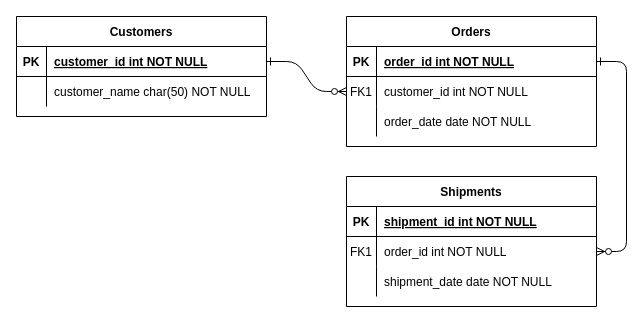
Before: ER Diagram.drawio in Harshul1484/BMP-, a draw.io diagram. Source tidied: cells renumbered, new cells numbered last; positions are measured from the earlier drawing's top-left corner, leaving out a move shared by most shapes. Both pictures are drawn from the tidied source at 100%, with x=0, y=0 at pixel (16, 16).
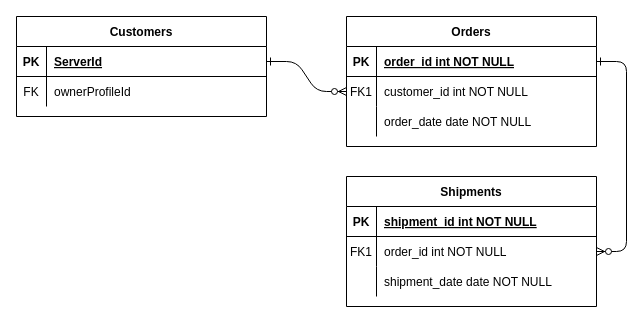
The same page after the edit.

Unchanged cells that the change refers to:
```xml
<mxCell id="25" style="shape=partialRectangle;fillColor=none;points=[[0,0.5],[1,0.5]];portConstraint=eastwest;top=0;left=0;right=0;bottom=1;" parent="24" vertex="1">
  <mxGeometry y="30" width="250" height="30" as="geometry" />
</mxCell>
<mxCell id="28" style="shape=partialRectangle;fillColor=none;top=0;left=0;right=0;bottom=0;" parent="24" vertex="1">
  <mxGeometry y="60" width="250" height="30" as="geometry" />
</mxCell>
```

Change to the diagram source:
```diff
@@
-    <mxCell id="27" value="customer_id int NOT NULL " style="shape=partialRectangle;overflow=hidden;fillColor=none;top=0;left=0;bottom=0;right=0;align=left;spacingLeft=6;fontStyle=5;" parent="25" vertex="1">
+    <mxCell id="27" value="ServerId" style="shape=partialRectangle;overflow=hidden;fillColor=none;top=0;left=0;bottom=0;right=0;align=left;spacingLeft=6;fontStyle=5;" parent="25" vertex="1">
       <mxGeometry x="30" width="220" height="30" as="geometry" />
     </mxCell>
@@
-    <mxCell id="29" style="shape=partialRectangle;overflow=hidden;fillColor=none;top=0;left=0;bottom=0;right=0;" parent="28" vertex="1">
+    <mxCell id="29" value="FK" style="shape=partialRectangle;overflow=hidden;fillColor=none;top=0;left=0;bottom=0;right=0;" parent="28" vertex="1">
       <mxGeometry width="30" height="30" as="geometry" />
     </mxCell>
-    <mxCell id="30" value="customer_name char(50) NOT NULL" style="shape=partialRectangle;overflow=hidden;fillColor=none;top=0;left=0;bottom=0;right=0;align=left;spacingLeft=6;" parent="28" vertex="1">
+    <mxCell id="30" value="ownerProfileId" style="shape=partialRectangle;overflow=hidden;fillColor=none;top=0;left=0;bottom=0;right=0;align=left;spacingLeft=6;" parent="28" vertex="1">
       <mxGeometry x="30" width="220" height="30" as="geometry" />
     </mxCell>
```
